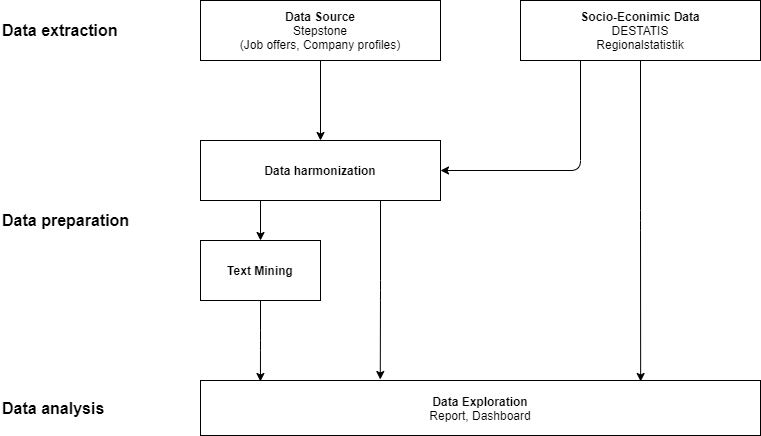
This is pictures/project-description.png from SacrumDeus/python-stepstone-analysis, a draw.io export, as it was before one commit. Source tidied: cells renumbered, new cells last; positions are measured from the earlier drawing's top-left corner, leaving out a move shared by most shapes.
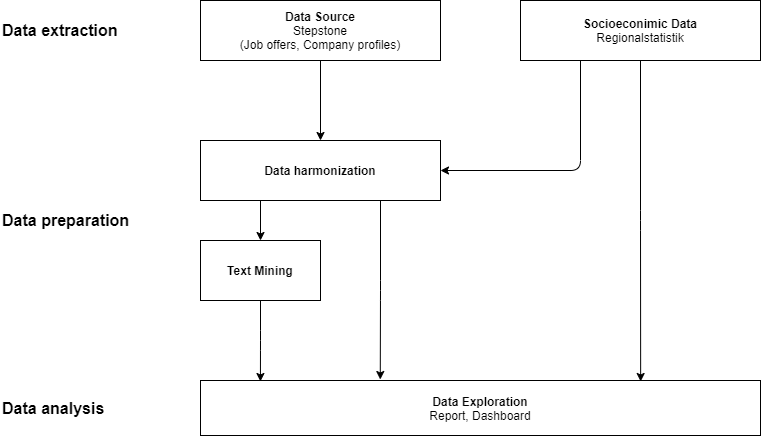
Above is the later version.

Change to the diagram source:
```diff
@@ -14,7 +14,7 @@
     <mxCell id="5" style="edgeStyle=orthogonalEdgeStyle;rounded=1;jettySize=auto;html=1;exitX=0.5;exitY=1;exitDx=0;exitDy=0;entryX=0.786;entryY=0.018;entryDx=0;entryDy=0;entryPerimeter=0;sourcePerimeterSpacing=10;targetPerimeterSpacing=10;" parent="1" edge="1" source="6" target="12">
       <mxGeometry relative="1" as="geometry" />
     </mxCell>
-    <mxCell id="6" value="&lt;b&gt;Socio-Econimic Data&lt;br&gt;&lt;/b&gt;DESTATIS&lt;br&gt;Regionalstatistik" style="rounded=0;whiteSpace=wrap;html=1;" parent="1" vertex="1">
+    <mxCell id="6" value="&lt;b&gt;Socioeconimic Data&lt;br&gt;&lt;/b&gt;Regionalstatistik" style="rounded=0;whiteSpace=wrap;html=1;" parent="1" vertex="1">
       <mxGeometry x="520" width="240" height="60" as="geometry" />
     </mxCell>
     <mxCell id="7" style="edgeStyle=orthogonalEdgeStyle;rounded=1;jettySize=auto;html=1;exitX=0.25;exitY=1;exitDx=0;exitDy=0;entryX=0.5;entryY=0;entryDx=0;entryDy=0;sourcePerimeterSpacing=10;targetPerimeterSpacing=10;" parent="1" edge="1" source="9" target="11">
```
